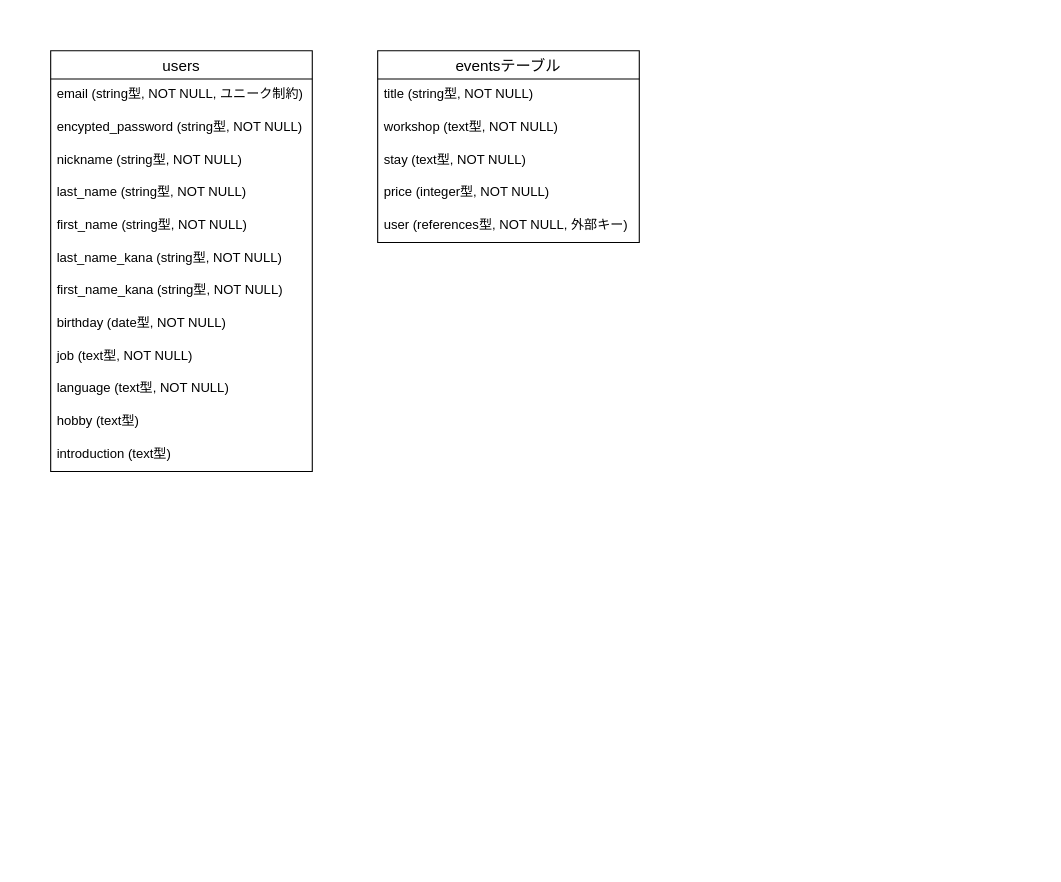
Before: naradewa.dio in snkn510/naradewa, a draw.io diagram. Source tidied: cells renumbered, new cells numbered last; positions are measured from the earlier drawing's top-left corner, leaving out a move shared by most shapes. Both pictures are drawn from the tidied source at 109%, with x=0, y=0 at pixel (50, 50).
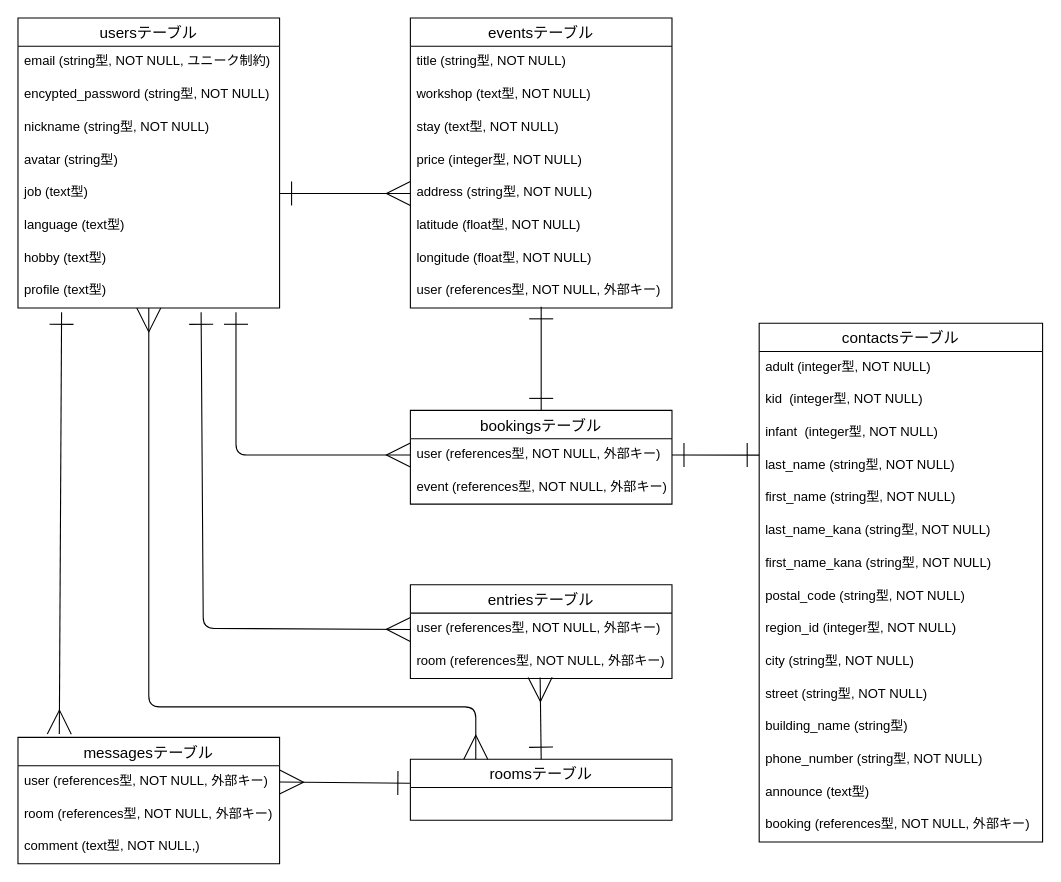
Above is the later version.

Change to the diagram source:
```diff
@@
-    <mxCell id="2" value="users" style="swimlane;fontStyle=0;horizontal=1;startSize=26;align=center;fontSize=14;" parent="1" vertex="1">
-      <mxGeometry width="240" height="386" as="geometry" />
+    <mxCell id="2" value="usersテーブル" style="swimlane;fontStyle=0;horizontal=1;startSize=26;align=center;fontSize=14;" parent="1" vertex="1">
+      <mxGeometry x="-30" y="-30" width="240" height="266" as="geometry" />
     </mxCell>
@@
-    <mxCell id="6" value="last_name (string型, NOT NULL)" style="text;strokeColor=none;fillColor=none;spacingLeft=4;spacingRight=4;overflow=hidden;points=[[0,0.5],[1,0.5]];portConstraint=eastwest;fontSize=12;" parent="2" vertex="1">
-      <mxGeometry y="116" width="240" height="30" as="geometry" />
-    </mxCell>
-    <mxCell id="7" value="first_name (string型, NOT NULL)" style="text;strokeColor=none;fillColor=none;spacingLeft=4;spacingRight=4;overflow=hidden;fontSize=12;" parent="2" vertex="1">
-      <mxGeometry y="146" width="240" height="30" as="geometry" />
-    </mxCell>
-    <mxCell id="8" value="last_name_kana (string型, NOT NULL)" style="text;strokeColor=none;fillColor=none;spacingLeft=4;spacingRight=4;overflow=hidden;fontSize=12;" parent="2" vertex="1">
-      <mxGeometry y="176" width="240" height="30" as="geometry" />
-    </mxCell>
-    <mxCell id="9" value="first_name_kana (string型, NOT NULL)" style="text;strokeColor=none;fillColor=none;spacingLeft=4;spacingRight=4;overflow=hidden;fontSize=12;" parent="2" vertex="1">
-      <mxGeometry y="206" width="240" height="30" as="geometry" />
-    </mxCell>
-    <mxCell id="10" value="birthday (date型, NOT NULL)" style="text;strokeColor=none;fillColor=none;spacingLeft=4;spacingRight=4;overflow=hidden;fontSize=12;" parent="2" vertex="1">
-      <mxGeometry y="236" width="240" height="30" as="geometry" />
-    </mxCell>
+    <mxCell id="21" value="avatar (string型)" style="text;strokeColor=none;fillColor=none;spacingLeft=4;spacingRight=4;overflow=hidden;fontSize=12;" parent="2" vertex="1">
+      <mxGeometry y="116" width="240" height="30" as="geometry" />
+    </mxCell>
-    <mxCell id="11" value="job (text型, NOT NULL)" style="text;strokeColor=none;fillColor=none;spacingLeft=4;spacingRight=4;overflow=hidden;points=[[0,0.5],[1,0.5]];portConstraint=eastwest;fontSize=12;" parent="2" vertex="1">
-      <mxGeometry y="266" width="240" height="30" as="geometry" />
+    <mxCell id="11" value="job (text型)" style="text;strokeColor=none;fillColor=none;spacingLeft=4;spacingRight=4;overflow=hidden;points=[[0,0.5],[1,0.5]];portConstraint=eastwest;fontSize=12;" parent="2" vertex="1">
+      <mxGeometry y="146" width="240" height="30" as="geometry" />
     </mxCell>
-    <mxCell id="12" value="language (text型, NOT NULL)" style="text;strokeColor=none;fillColor=none;spacingLeft=4;spacingRight=4;overflow=hidden;fontSize=12;" parent="2" vertex="1">
-      <mxGeometry y="296" width="240" height="30" as="geometry" />
+    <mxCell id="12" value="language (text型)" style="text;strokeColor=none;fillColor=none;spacingLeft=4;spacingRight=4;overflow=hidden;fontSize=12;" parent="2" vertex="1">
+      <mxGeometry y="176" width="240" height="30" as="geometry" />
     </mxCell>
     <mxCell id="13" value="hobby (text型)" style="text;strokeColor=none;fillColor=none;spacingLeft=4;spacingRight=4;overflow=hidden;fontSize=12;" parent="2" vertex="1">
-      <mxGeometry y="326" width="240" height="30" as="geometry" />
+      <mxGeometry y="206" width="240" height="30" as="geometry" />
     </mxCell>
-    <mxCell id="14" value="introduction (text型)" style="text;strokeColor=none;fillColor=none;spacingLeft=4;spacingRight=4;overflow=hidden;points=[[0,0.5],[1,0.5]];portConstraint=eastwest;fontSize=12;" parent="2" vertex="1">
-      <mxGeometry y="356" width="240" height="30" as="geometry" />
+    <mxCell id="14" value="profile (text型)" style="text;strokeColor=none;fillColor=none;spacingLeft=4;spacingRight=4;overflow=hidden;points=[[0,0.5],[1,0.5]];portConstraint=eastwest;fontSize=12;" parent="2" vertex="1">
+      <mxGeometry y="236" width="240" height="30" as="geometry" />
     </mxCell>
     <mxCell id="15" value="eventsテーブル" style="swimlane;fontStyle=0;horizontal=1;startSize=26;align=center;fontSize=14;" parent="1" vertex="1">
-      <mxGeometry x="300" width="240" height="176" as="geometry" />
+      <mxGeometry x="330" y="-30" width="240" height="266" as="geometry" />
     </mxCell>
@@
+    <mxCell id="22" value="address (string型, NOT NULL)" style="text;strokeColor=none;fillColor=none;spacingLeft=4;spacingRight=4;overflow=hidden;points=[[0,0.5],[1,0.5]];portConstraint=eastwest;fontSize=12;" parent="15" vertex="1">
+      <mxGeometry y="146" width="240" height="30" as="geometry" />
+    </mxCell>
+    <mxCell id="23" value="latitude (float型, NOT NULL)" style="text;strokeColor=none;fillColor=none;spacingLeft=4;spacingRight=4;overflow=hidden;fontSize=12;" parent="15" vertex="1">
+      <mxGeometry y="176" width="240" height="30" as="geometry" />
+    </mxCell>
+    <mxCell id="24" value="longitude (float型, NOT NULL)" style="text;strokeColor=none;fillColor=none;spacingLeft=4;spacingRight=4;overflow=hidden;fontSize=12;" parent="15" vertex="1">
+      <mxGeometry y="206" width="240" height="30" as="geometry" />
+    </mxCell>
     <mxCell id="20" value="user (references型, NOT NULL, 外部キー)" style="text;strokeColor=none;fillColor=none;spacingLeft=4;spacingRight=4;overflow=hidden;points=[[0,0.5],[1,0.5]];portConstraint=eastwest;fontSize=12;" parent="15" vertex="1">
-      <mxGeometry y="146" width="240" height="30" as="geometry" />
+      <mxGeometry y="236" width="240" height="30" as="geometry" />
     </mxCell>
+    <mxCell id="25" style="edgeStyle=none;html=1;entryX=0;entryY=0.5;entryDx=0;entryDy=0;startArrow=ERone;startFill=0;strokeColor=default;endArrow=ERmany;endFill=0;endSize=20;startSize=20;exitX=1;exitY=0.5;exitDx=0;exitDy=0;" parent="1" edge="1" source="11" target="22">
+      <mxGeometry relative="1" as="geometry" />
+    </mxCell>
+    <mxCell id="26" value="bookingsテーブル" style="swimlane;fontStyle=0;horizontal=1;startSize=26;align=center;fontSize=14;" parent="1" vertex="1">
+      <mxGeometry x="330" y="330" width="240" height="86" as="geometry" />
+    </mxCell>
+    <mxCell id="27" value="user (references型, NOT NULL, 外部キー)" style="text;strokeColor=none;fillColor=none;spacingLeft=4;spacingRight=4;overflow=hidden;points=[[0,0.5],[1,0.5]];portConstraint=eastwest;fontSize=12;" parent="26" vertex="1">
+      <mxGeometry y="26" width="240" height="30" as="geometry" />
+    </mxCell>
+    <mxCell id="28" value="event (references型, NOT NULL, 外部キー)" style="text;strokeColor=none;fillColor=none;spacingLeft=4;spacingRight=4;overflow=hidden;fontSize=12;" parent="26" vertex="1">
+      <mxGeometry y="56" width="240" height="30" as="geometry" />
+    </mxCell>
+    <mxCell id="29" style="edgeStyle=none;html=1;entryX=0;entryY=0.5;entryDx=0;entryDy=0;endArrow=ERmany;endFill=0;startArrow=ERone;startFill=0;endSize=20;startSize=20;" parent="1" edge="1" target="27">
+      <mxGeometry relative="1" as="geometry">
+        <mxPoint x="170" y="240" as="sourcePoint" />
+        <Array as="points">
+          <mxPoint x="170" y="371" />
+        </Array>
+      </mxGeometry>
+    </mxCell>
+    <mxCell id="30" style="fontSize=12;html=1;endArrow=ERone;startArrow=ERone;exitX=0.5;exitY=0;exitDx=0;exitDy=0;startFill=0;endFill=0;endSize=20;startSize=20;entryX=0.5;entryY=0.967;entryDx=0;entryDy=0;entryPerimeter=0;" parent="1" edge="1" source="26" target="20">
+      <mxGeometry relative="1" as="geometry" />
+    </mxCell>
+    <mxCell id="31" value="entriesテーブル" style="swimlane;fontStyle=0;horizontal=1;startSize=26;align=center;fontSize=14;" parent="1" vertex="1">
+      <mxGeometry x="330" y="490" width="240" height="86" as="geometry" />
+    </mxCell>
+    <mxCell id="32" value="user (references型, NOT NULL, 外部キー)" style="text;strokeColor=none;fillColor=none;spacingLeft=4;spacingRight=4;overflow=hidden;fontSize=12;" parent="31" vertex="1">
+      <mxGeometry y="26" width="240" height="30" as="geometry" />
+    </mxCell>
+    <mxCell id="33" value="room (references型, NOT NULL, 外部キー)" style="text;strokeColor=none;fillColor=none;spacingLeft=4;spacingRight=4;overflow=hidden;points=[[0,0.5],[1,0.5]];portConstraint=eastwest;fontSize=12;" parent="31" vertex="1">
+      <mxGeometry y="56" width="240" height="30" as="geometry" />
+    </mxCell>
+    <mxCell id="34" value="roomsテーブル" style="swimlane;fontStyle=0;horizontal=1;startSize=26;align=center;fontSize=14;" parent="1" vertex="1">
+      <mxGeometry x="330" y="650" width="240" height="56" as="geometry" />
+    </mxCell>
+    <mxCell id="35" value="messagesテーブル" style="swimlane;fontStyle=0;horizontal=1;startSize=26;align=center;fontSize=14;" parent="1" vertex="1">
+      <mxGeometry x="-30" y="630" width="240" height="116" as="geometry" />
+    </mxCell>
+    <mxCell id="36" value="user (references型, NOT NULL, 外部キー)" style="text;strokeColor=none;fillColor=none;spacingLeft=4;spacingRight=4;overflow=hidden;points=[[0,0.5],[1,0.5]];portConstraint=eastwest;fontSize=12;" parent="35" vertex="1">
+      <mxGeometry y="26" width="240" height="30" as="geometry" />
+    </mxCell>
+    <mxCell id="37" value="room (references型, NOT NULL, 外部キー)" style="text;strokeColor=none;fillColor=none;spacingLeft=4;spacingRight=4;overflow=hidden;fontSize=12;" parent="35" vertex="1">
+      <mxGeometry y="56" width="240" height="30" as="geometry" />
+    </mxCell>
+    <mxCell id="38" value="comment (text型, NOT NULL,)" style="text;strokeColor=none;fillColor=none;spacingLeft=4;spacingRight=4;overflow=hidden;fontSize=12;" parent="35" vertex="1">
+      <mxGeometry y="86" width="240" height="30" as="geometry" />
+    </mxCell>
+    <mxCell id="39" style="edgeStyle=none;html=1;entryX=1;entryY=0.5;entryDx=0;entryDy=0;endArrow=ERmany;endFill=0;startArrow=ERone;startFill=0;endSize=20;startSize=20;exitX=-0.002;exitY=0.393;exitDx=0;exitDy=0;exitPerimeter=0;" parent="1" edge="1" source="34" target="36">
+      <mxGeometry relative="1" as="geometry" />
+    </mxCell>
+    <mxCell id="40" style="edgeStyle=none;html=1;endArrow=ERmany;endFill=0;startArrow=ERone;startFill=0;endSize=20;startSize=20;exitX=0.5;exitY=0;exitDx=0;exitDy=0;entryX=0.496;entryY=0.967;entryDx=0;entryDy=0;entryPerimeter=0;" parent="1" edge="1" source="34" target="33">
+      <mxGeometry relative="1" as="geometry" />
+    </mxCell>
+    <mxCell id="41" style="edgeStyle=none;html=1;entryX=0.158;entryY=-0.026;entryDx=0;entryDy=0;endArrow=ERmany;endFill=0;startArrow=ERone;startFill=0;endSize=20;startSize=20;entryPerimeter=0;" parent="1" edge="1" target="35">
+      <mxGeometry relative="1" as="geometry">
+        <mxPoint x="10" y="240" as="sourcePoint" />
+      </mxGeometry>
+    </mxCell>
+    <mxCell id="42" style="edgeStyle=none;html=1;entryX=0;entryY=0.5;entryDx=0;entryDy=0;endArrow=ERmany;endFill=0;startArrow=ERone;startFill=0;endSize=20;startSize=20;exitX=0.7;exitY=1.133;exitDx=0;exitDy=0;exitPerimeter=0;" parent="1" edge="1" source="14">
+      <mxGeometry relative="1" as="geometry">
+        <mxPoint x="330" y="531" as="targetPoint" />
+        <Array as="points">
+          <mxPoint x="140" y="530" />
+        </Array>
+      </mxGeometry>
+    </mxCell>
+    <mxCell id="43" style="edgeStyle=orthogonalEdgeStyle;fontSize=12;html=1;endArrow=ERmany;startArrow=ERmany;startSize=20;endSize=20;" parent="1" edge="1" source="14">
+      <mxGeometry relative="1" as="geometry">
+        <mxPoint x="390" y="650" as="targetPoint" />
+        <Array as="points">
+          <mxPoint x="90" y="602" />
+          <mxPoint x="390" y="602" />
+        </Array>
+      </mxGeometry>
+    </mxCell>
+    <mxCell id="44" value="contactsテーブル" style="swimlane;fontStyle=0;horizontal=1;startSize=26;align=center;fontSize=14;" parent="1" vertex="1">
+      <mxGeometry x="650" y="250" width="260" height="476" as="geometry" />
+    </mxCell>
+    <mxCell id="45" value="adult (integer型, NOT NULL)" style="text;strokeColor=none;fillColor=none;spacingLeft=4;spacingRight=4;overflow=hidden;fontSize=12;" parent="44" vertex="1">
+      <mxGeometry y="26" width="260" height="30" as="geometry" />
+    </mxCell>
+    <mxCell id="46" value="kid  (integer型, NOT NULL)" style="text;strokeColor=none;fillColor=none;spacingLeft=4;spacingRight=4;overflow=hidden;fontSize=12;" parent="44" vertex="1">
+      <mxGeometry y="56" width="260" height="30" as="geometry" />
+    </mxCell>
+    <mxCell id="47" value="infant  (integer型, NOT NULL)" style="text;strokeColor=none;fillColor=none;spacingLeft=4;spacingRight=4;overflow=hidden;fontSize=12;" parent="44" vertex="1">
+      <mxGeometry y="86" width="260" height="30" as="geometry" />
+    </mxCell>
+    <mxCell id="6" value="last_name (string型, NOT NULL)" style="text;strokeColor=none;fillColor=none;spacingLeft=4;spacingRight=4;overflow=hidden;points=[[0,0.5],[1,0.5]];portConstraint=eastwest;fontSize=12;" parent="44" vertex="1">
+      <mxGeometry y="116" width="260" height="30" as="geometry" />
+    </mxCell>
+    <mxCell id="7" value="first_name (string型, NOT NULL)" style="text;strokeColor=none;fillColor=none;spacingLeft=4;spacingRight=4;overflow=hidden;fontSize=12;" parent="44" vertex="1">
+      <mxGeometry y="146" width="260" height="30" as="geometry" />
+    </mxCell>
+    <mxCell id="8" value="last_name_kana (string型, NOT NULL)" style="text;strokeColor=none;fillColor=none;spacingLeft=4;spacingRight=4;overflow=hidden;fontSize=12;" parent="44" vertex="1">
+      <mxGeometry y="176" width="260" height="30" as="geometry" />
+    </mxCell>
+    <mxCell id="9" value="first_name_kana (string型, NOT NULL)" style="text;strokeColor=none;fillColor=none;spacingLeft=4;spacingRight=4;overflow=hidden;fontSize=12;" parent="44" vertex="1">
+      <mxGeometry y="206" width="260" height="30" as="geometry" />
+    </mxCell>
+    <mxCell id="48" value="postal_code (string型, NOT NULL)&#10; " style="text;strokeColor=none;fillColor=none;spacingLeft=4;spacingRight=4;overflow=hidden;fontSize=12;" parent="44" vertex="1">
+      <mxGeometry y="236" width="260" height="30" as="geometry" />
+    </mxCell>
+    <mxCell id="49" value="region_id (integer型, NOT NULL)" style="text;strokeColor=none;fillColor=none;spacingLeft=4;spacingRight=4;overflow=hidden;fontSize=12;" parent="44" vertex="1">
+      <mxGeometry y="266" width="260" height="30" as="geometry" />
+    </mxCell>
+    <mxCell id="50" value="city (string型, NOT NULL)" style="text;strokeColor=none;fillColor=none;spacingLeft=4;spacingRight=4;overflow=hidden;fontSize=12;" parent="44" vertex="1">
+      <mxGeometry y="296" width="260" height="30" as="geometry" />
+    </mxCell>
+    <mxCell id="51" value="street (string型, NOT NULL)" style="text;strokeColor=none;fillColor=none;spacingLeft=4;spacingRight=4;overflow=hidden;fontSize=12;" parent="44" vertex="1">
+      <mxGeometry y="326" width="260" height="30" as="geometry" />
+    </mxCell>
+    <mxCell id="52" value="building_name (string型)" style="text;strokeColor=none;fillColor=none;spacingLeft=4;spacingRight=4;overflow=hidden;fontSize=12;" parent="44" vertex="1">
+      <mxGeometry y="356" width="260" height="30" as="geometry" />
+    </mxCell>
+    <mxCell id="53" value="phone_number (string型, NOT NULL)" style="text;strokeColor=none;fillColor=none;spacingLeft=4;spacingRight=4;overflow=hidden;fontSize=12;" parent="44" vertex="1">
+      <mxGeometry y="386" width="260" height="30" as="geometry" />
+    </mxCell>
+    <mxCell id="10" value="announce (text型)" style="text;strokeColor=none;fillColor=none;spacingLeft=4;spacingRight=4;overflow=hidden;fontSize=12;" parent="44" vertex="1">
+      <mxGeometry y="416" width="260" height="30" as="geometry" />
+    </mxCell>
+    <mxCell id="54" value="booking (references型, NOT NULL, 外部キー)" style="text;strokeColor=none;fillColor=none;spacingLeft=4;spacingRight=4;overflow=hidden;fontSize=12;" parent="44" vertex="1">
+      <mxGeometry y="446" width="260" height="30" as="geometry" />
+    </mxCell>
+    <mxCell id="55" style="fontSize=12;html=1;endArrow=ERone;startArrow=ERone;exitX=1;exitY=0.5;exitDx=0;exitDy=0;startFill=0;endFill=0;endSize=20;startSize=20;entryX=0;entryY=0.167;entryDx=0;entryDy=0;entryPerimeter=0;" parent="1" edge="1" source="27" target="6">
+      <mxGeometry relative="1" as="geometry" />
+    </mxCell>
```
